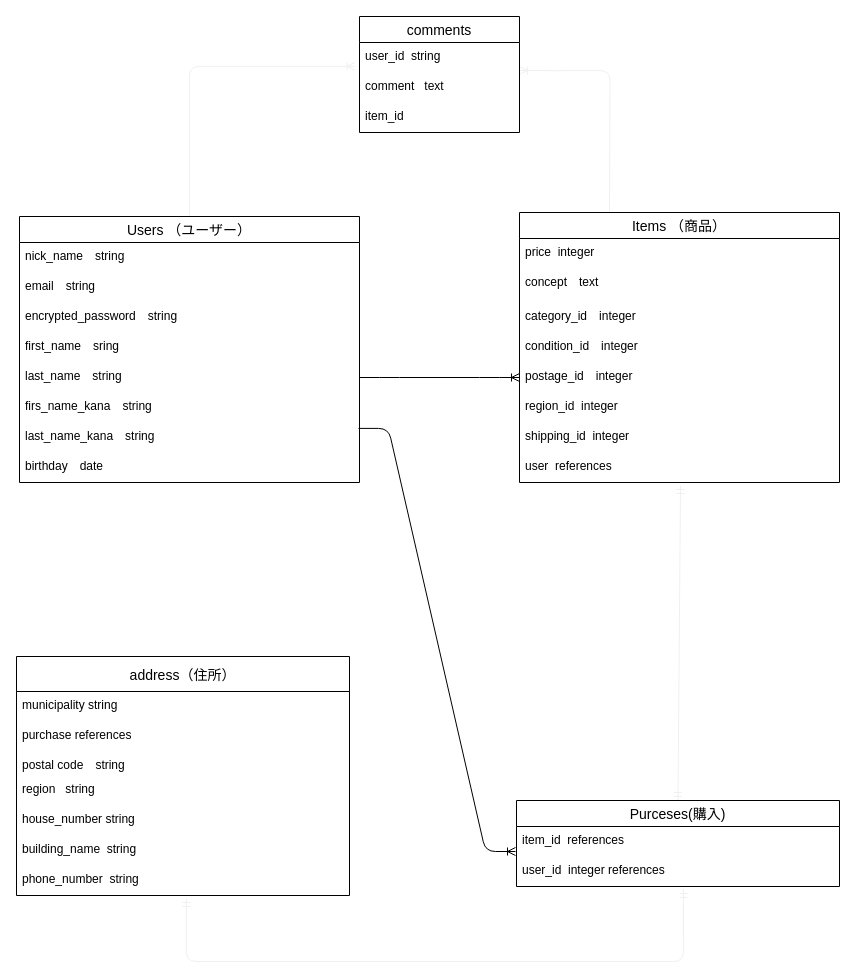
The draw.io diagram furima.dio in uuutako/furima--31745-, before the edit. Source tidied: cells renumbered, new cells numbered last; positions are measured from the earlier drawing's top-left corner, leaving out a move shared by most shapes. Both pictures are drawn from the tidied source at 100%, with x=0, y=0 at pixel (16, 16).
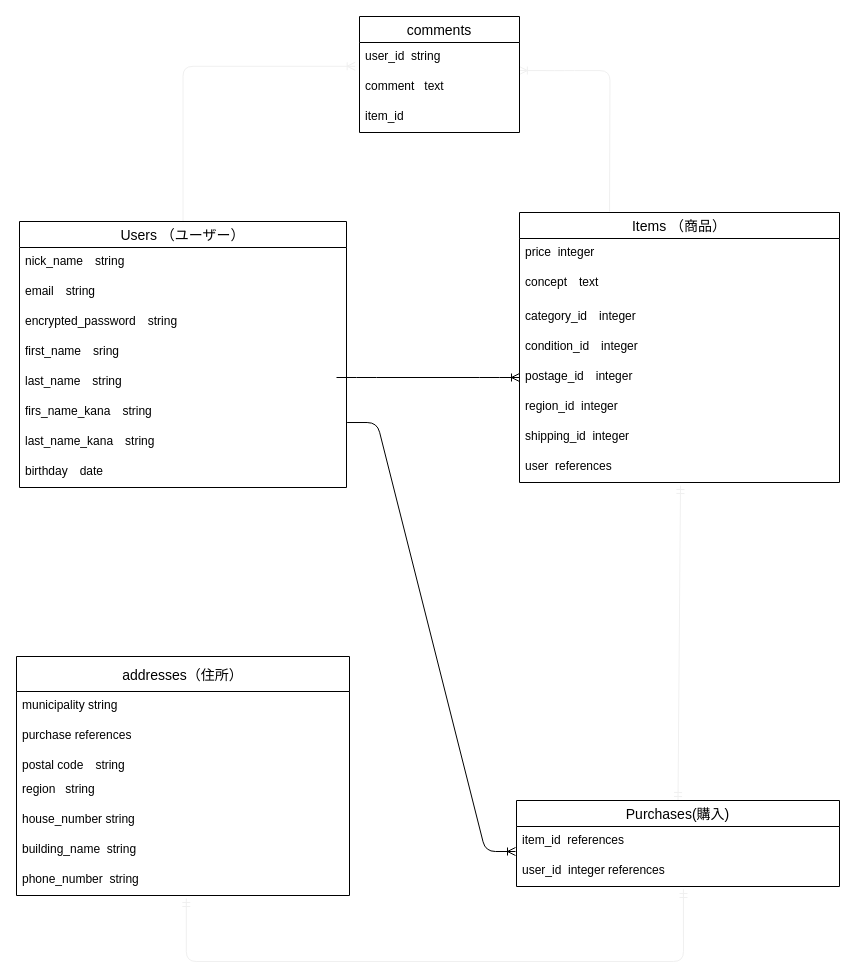
Above is the later version.

Unchanged cells that the change refers to:
```xml
<mxCell id="21" value="postage_id　integer" style="text;strokeColor=none;fillColor=none;spacingLeft=4;spacingRight=4;overflow=hidden;points=[[0,0.5],[1,0.5]];portConstraint=eastwest;fontSize=12;" parent="16" vertex="1">
  <mxGeometry y="150" width="320" height="30" as="geometry" />
</mxCell>
```

Diff of the diagram source:
```diff
@@
-    <mxCell id="2" style="edgeStyle=entityRelationEdgeStyle;fontSize=12;html=1;endArrow=ERoneToMany;exitX=1;exitY=0.5;exitDx=0;exitDy=0;entryX=0;entryY=0.5;entryDx=0;entryDy=0;" parent="1" edge="1" source="12" target="21">
-      <mxGeometry relative="1" as="geometry" />
+    <mxCell id="2" style="edgeStyle=entityRelationEdgeStyle;fontSize=12;html=1;endArrow=ERoneToMany;entryX=0;entryY=0.5;entryDx=0;entryDy=0;" parent="1" edge="1" target="21">
+      <mxGeometry relative="1" as="geometry">
+        <mxPoint x="320" y="361" as="sourcePoint" />
+      </mxGeometry>
     </mxCell>
@@
     <mxCell id="7" value="Users （ユーザー）" style="swimlane;fontStyle=0;horizontal=1;startSize=26;align=center;fontSize=14;" parent="1" vertex="1">
-      <mxGeometry x="3" y="200" width="340" height="266" as="geometry" />
+      <mxGeometry x="3" y="205" width="327" height="266" as="geometry" />
     </mxCell>
     <mxCell id="8" value="nick_name　string&#10;" style="text;strokeColor=none;fillColor=none;spacingLeft=4;spacingRight=4;overflow=hidden;fontSize=12;" parent="7" vertex="1">
-      <mxGeometry y="26" width="340" height="30" as="geometry" />
+      <mxGeometry y="26" width="327" height="30" as="geometry" />
     </mxCell>
     <mxCell id="9" value="email　string" style="text;strokeColor=none;fillColor=none;spacingLeft=4;spacingRight=4;overflow=hidden;fontSize=12;" parent="7" vertex="1">
-      <mxGeometry y="56" width="340" height="30" as="geometry" />
+      <mxGeometry y="56" width="327" height="30" as="geometry" />
     </mxCell>
     <mxCell id="10" value="encrypted_password　string" style="text;strokeColor=none;fillColor=none;spacingLeft=4;spacingRight=4;overflow=hidden;fontSize=12;" parent="7" vertex="1">
-      <mxGeometry y="86" width="340" height="30" as="geometry" />
+      <mxGeometry y="86" width="327" height="30" as="geometry" />
     </mxCell>
     <mxCell id="11" value="first_name　sring" style="text;strokeColor=none;fillColor=none;spacingLeft=4;spacingRight=4;overflow=hidden;fontSize=12;" parent="7" vertex="1">
-      <mxGeometry y="116" width="340" height="30" as="geometry" />
+      <mxGeometry y="116" width="327" height="30" as="geometry" />
     </mxCell>
     <mxCell id="12" value="last_name　string" style="text;strokeColor=none;fillColor=none;spacingLeft=4;spacingRight=4;overflow=hidden;points=[[0,0.5],[1,0.5]];portConstraint=eastwest;fontSize=12;" parent="7" vertex="1">
-      <mxGeometry y="146" width="340" height="30" as="geometry" />
+      <mxGeometry y="146" width="327" height="30" as="geometry" />
     </mxCell>
     <mxCell id="13" value="firs_name_kana　string" style="text;strokeColor=none;fillColor=none;spacingLeft=4;spacingRight=4;overflow=hidden;fontSize=12;" parent="7" vertex="1">
-      <mxGeometry y="176" width="340" height="30" as="geometry" />
+      <mxGeometry y="176" width="327" height="30" as="geometry" />
     </mxCell>
     <mxCell id="14" value="last_name_kana　string" style="text;strokeColor=none;fillColor=none;spacingLeft=4;spacingRight=4;overflow=hidden;points=[[0,0.5],[1,0.5]];portConstraint=eastwest;fontSize=12;" parent="7" vertex="1">
-      <mxGeometry y="206" width="340" height="30" as="geometry" />
+      <mxGeometry y="206" width="327" height="30" as="geometry" />
     </mxCell>
     <mxCell id="15" value="birthday　date" style="text;strokeColor=none;fillColor=none;spacingLeft=4;spacingRight=4;overflow=hidden;fontSize=12;" parent="7" vertex="1">
-      <mxGeometry y="236" width="340" height="30" as="geometry" />
+      <mxGeometry y="236" width="327" height="30" as="geometry" />
     </mxCell>
@@
-    <mxCell id="29" value="address（住所）" style="swimlane;fontStyle=0;horizontal=1;startSize=35;align=center;fontSize=14;" parent="1" vertex="1">
+    <mxCell id="29" value="addresses（住所）" style="swimlane;fontStyle=0;horizontal=1;startSize=35;align=center;fontSize=14;" parent="1" vertex="1">
       <mxGeometry y="640" width="333" height="239" as="geometry" />
     </mxCell>
@@
-    <mxCell id="37" value="Purceses(購入)" style="swimlane;fontStyle=0;horizontal=1;startSize=26;align=center;fontSize=14;" parent="1" vertex="1">
+    <mxCell id="37" value="Purchases(購入)" style="swimlane;fontStyle=0;horizontal=1;startSize=26;align=center;fontSize=14;" parent="1" vertex="1">
       <mxGeometry x="500" y="784" width="323" height="86" as="geometry" />
     </mxCell>
@@
-    <mxCell id="40" style="edgeStyle=entityRelationEdgeStyle;fontSize=12;html=1;endArrow=ERoneToMany;exitX=1;exitY=0.196;exitDx=0;exitDy=0;exitPerimeter=0;entryX=0;entryY=0.833;entryDx=0;entryDy=0;entryPerimeter=0;" parent="1" edge="1">
+    <mxCell id="40" style="edgeStyle=entityRelationEdgeStyle;fontSize=12;html=1;endArrow=ERoneToMany;exitX=1.002;exitY=-0.166;exitDx=0;exitDy=0;exitPerimeter=0;entryX=0;entryY=0.833;entryDx=0;entryDy=0;entryPerimeter=0;" parent="1" edge="1" source="14">
       <mxGeometry relative="1" as="geometry">
-        <mxPoint x="342" y="411.9" as="sourcePoint" />
         <mxPoint x="499" y="835" as="targetPoint" />
       </mxGeometry>
     </mxCell>
```
